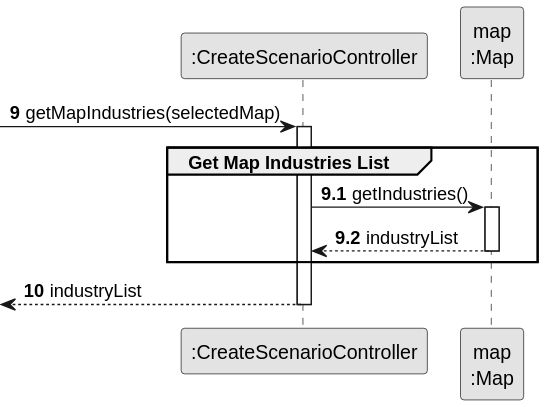
This is docs/system-documentation/Sprint 2/US04/03.design/svg/US04-SD-partial-get-map-industries.svg from HenriqueSilva18/Railway-Network-Simulator, a PlantUML export, as it was before one commit. The source it was exported from:
```plantuml
@startuml
skinparam monochrome true
skinparam packageStyle rectangle
skinparam shadowing false

participant ":CreateScenarioController" as CTRL
participant "map\n:Map" as MAP

autonumber 9
-> CTRL : getMapIndustries(selectedMap)

autonumber 9.1
activate CTRL
    group Get Map Industries List
        CTRL -> MAP : getIndustries()
        activate MAP
            MAP --> CTRL : industryList
        deactivate MAP
    end

    autonumber 10
    <-- CTRL : industryList
deactivate CTRL
@enduml
```
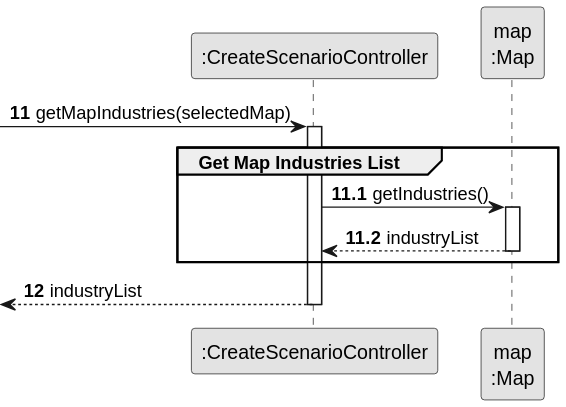
The same file after the commit.

What changed in the source:
```diff
@@ -6,10 +6,10 @@
 participant ":CreateScenarioController" as CTRL
 participant "map\n:Map" as MAP
 
-autonumber 9
+autonumber 11
 -> CTRL : getMapIndustries(selectedMap)
 
-autonumber 9.1
+autonumber 11.1
 activate CTRL
     group Get Map Industries List
         CTRL -> MAP : getIndustries()
@@ -18,7 +18,7 @@
         deactivate MAP
     end
 
-    autonumber 10
+    autonumber 12
     <-- CTRL : industryList
 deactivate CTRL
 @enduml
```
